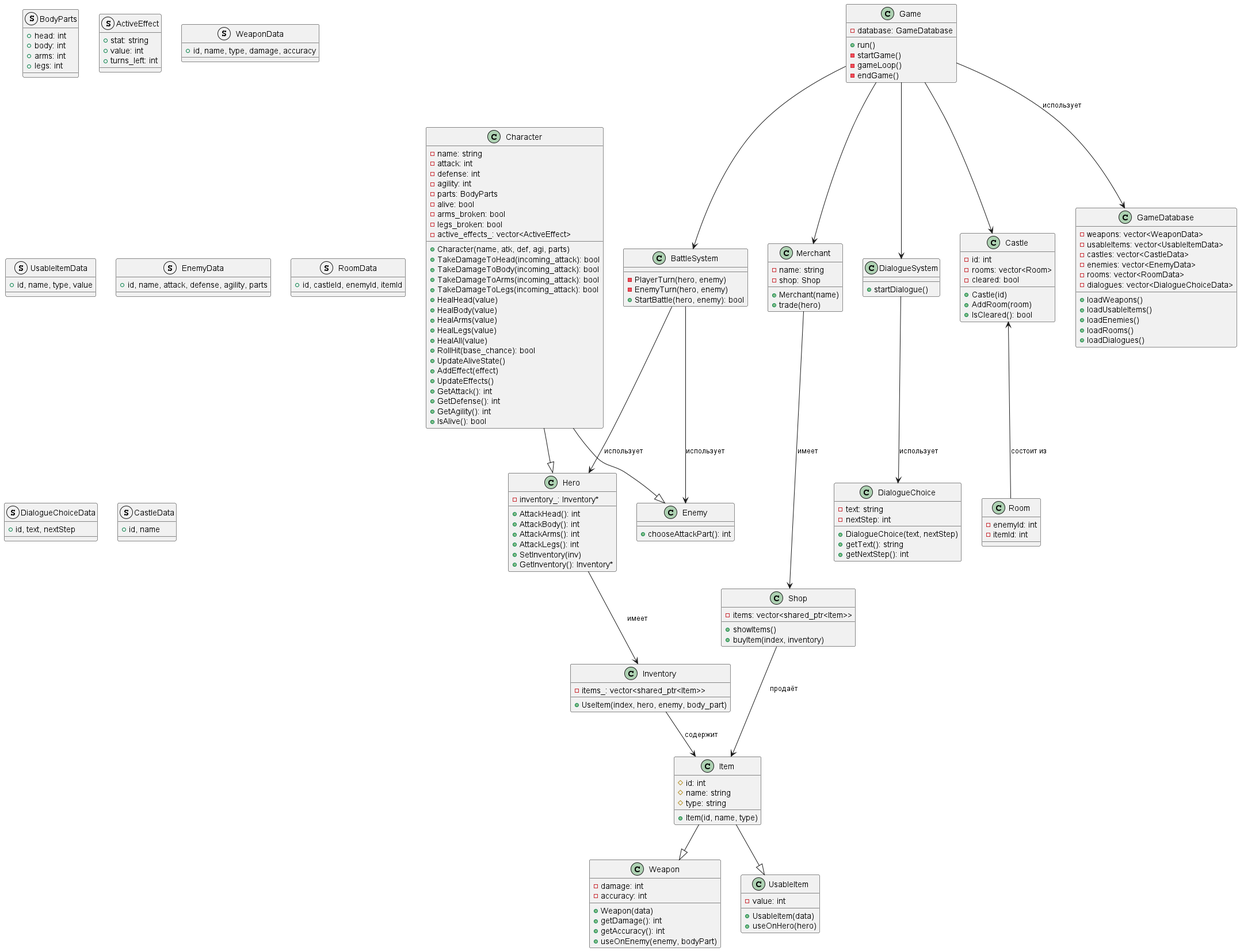
This is UML/class.png from Vovok777/Leaf-Of-Sakura, a PlantUML export, as it was before one commit.
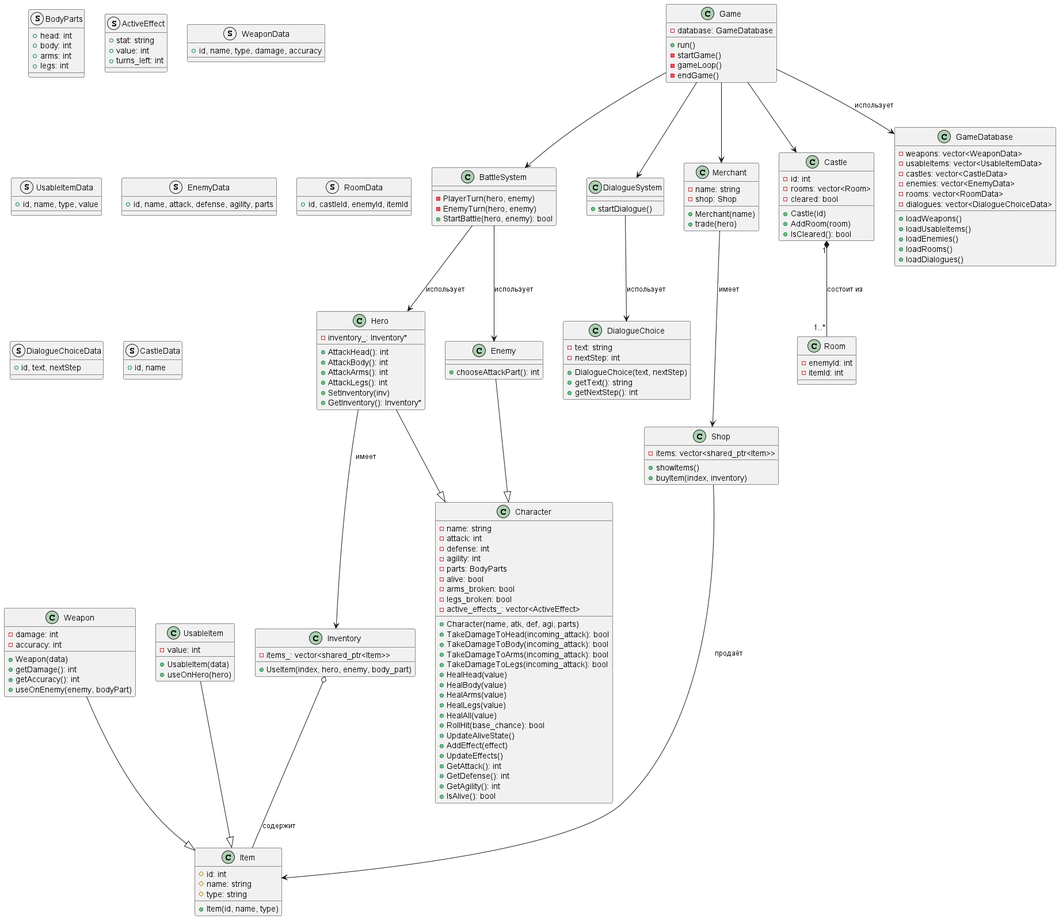
After the commit.

Change to the diagram source:
```diff
@@ -180,19 +180,19 @@
 }
 
 
-Character --|>  Hero
-Character --|>  Enemy
+Hero --|> Character
+Enemy --|> Character
 
-Item --|> Weapon
-Item --|> UsableItem
+Weapon --|> Item
+UsableItem --|> Item
 
-Inventory --> Item : содержит
+Inventory o-- Item : содержит
 Hero --> Inventory : имеет
 
 BattleSystem --> Hero : использует
 BattleSystem --> Enemy : использует
 
-Castle <-- Room : состоит из
+Castle "1" *-- "1..*" Room : состоит из
 
 Merchant --> Shop : имеет
 Shop --> Item : продаёт
```
